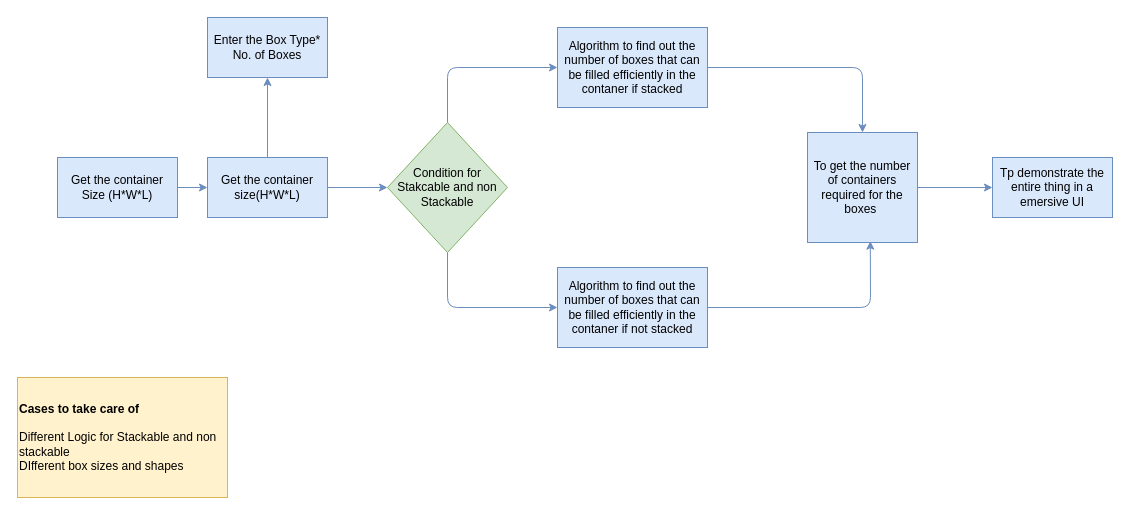
The draw.io diagram structure.drawio in Vaibhavk121/BoxoLogy, before the edit. Source tidied: cells renumbered, new cells numbered last; positions are measured from the earlier drawing's top-left corner, leaving out a move shared by most shapes. Both pictures are drawn from the tidied source at 100%, with x=0, y=0 at pixel (17, 17).
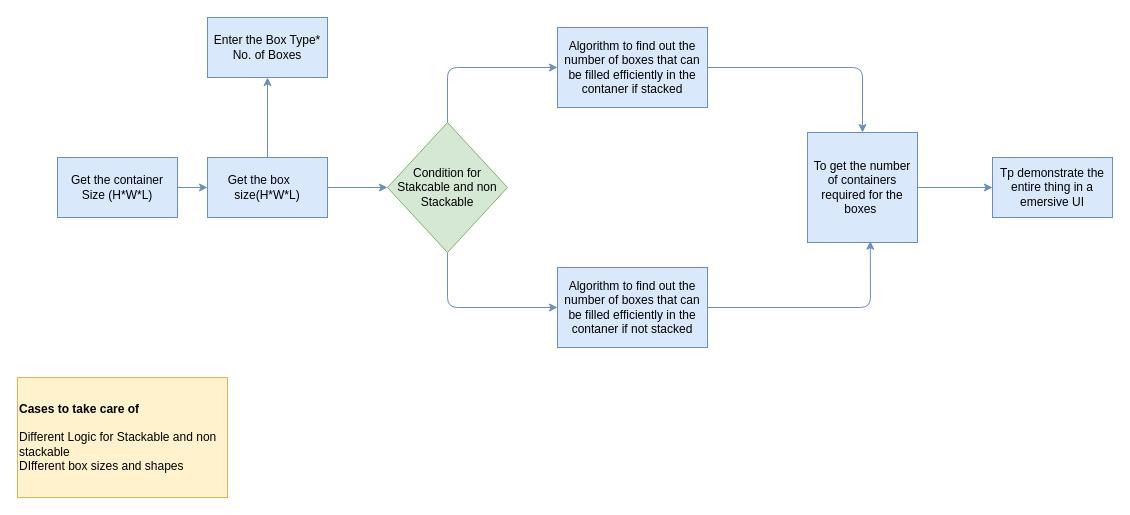
Above is the later version.

The edit, as a diff of the source:
```diff
@@
-    <mxCell id="6" value="Get the container size(H*W*L)" style="rounded=0;whiteSpace=wrap;html=1;fillColor=#dae8fc;strokeColor=#6c8ebf;" parent="1" vertex="1">
+    <mxCell id="6" value="Get the box&amp;nbsp; &amp;nbsp; &amp;nbsp; size(H*W*L)" style="rounded=0;whiteSpace=wrap;html=1;fillColor=#dae8fc;strokeColor=#6c8ebf;" parent="1" vertex="1">
       <mxGeometry x="190" y="140" width="120" height="60" as="geometry" />
     </mxCell>
```
